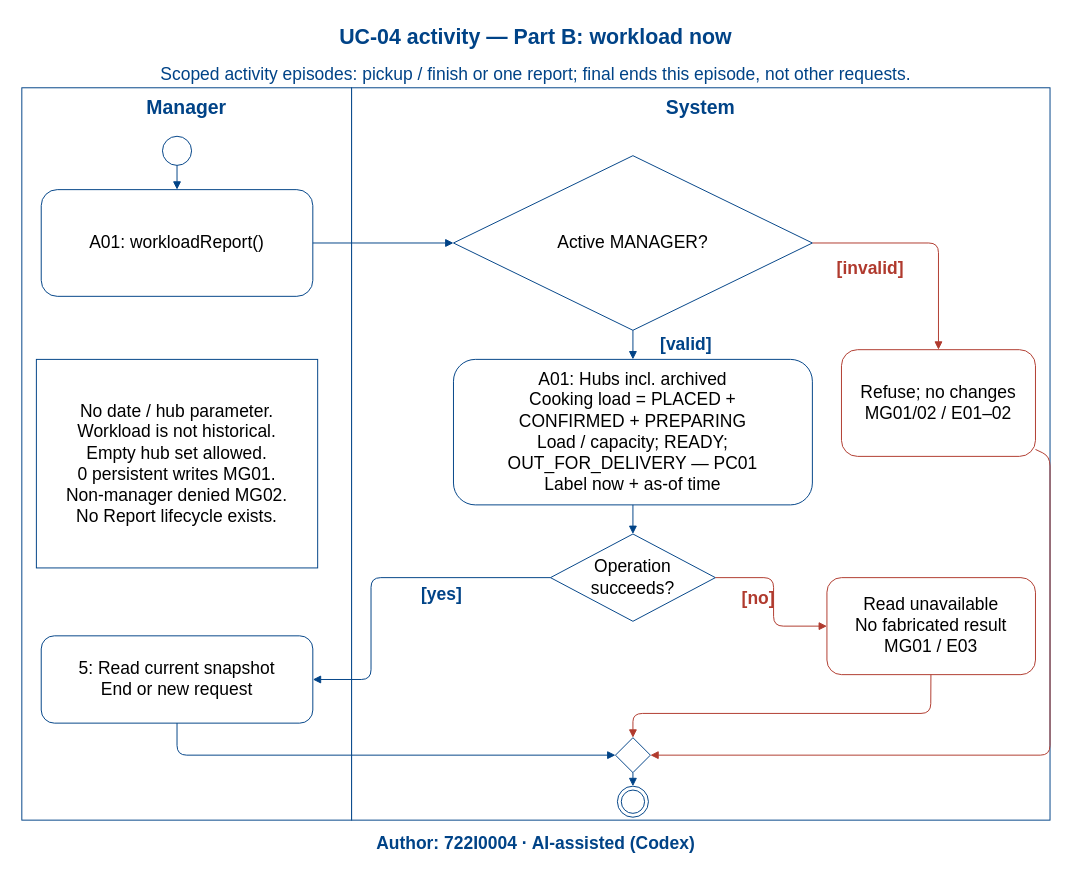
This is models/UC-04/activity_uc04_PartB.drawio from Dat071104/SaigonBite, a draw.io file, before an edit. Source tidied: cells renumbered, new cells numbered last; positions are measured from the earlier drawing's top-left corner, leaving out a move shared by most shapes. Both pictures are drawn from the tidied source at 97%, with x=0, y=0 at pixel (16, 16).
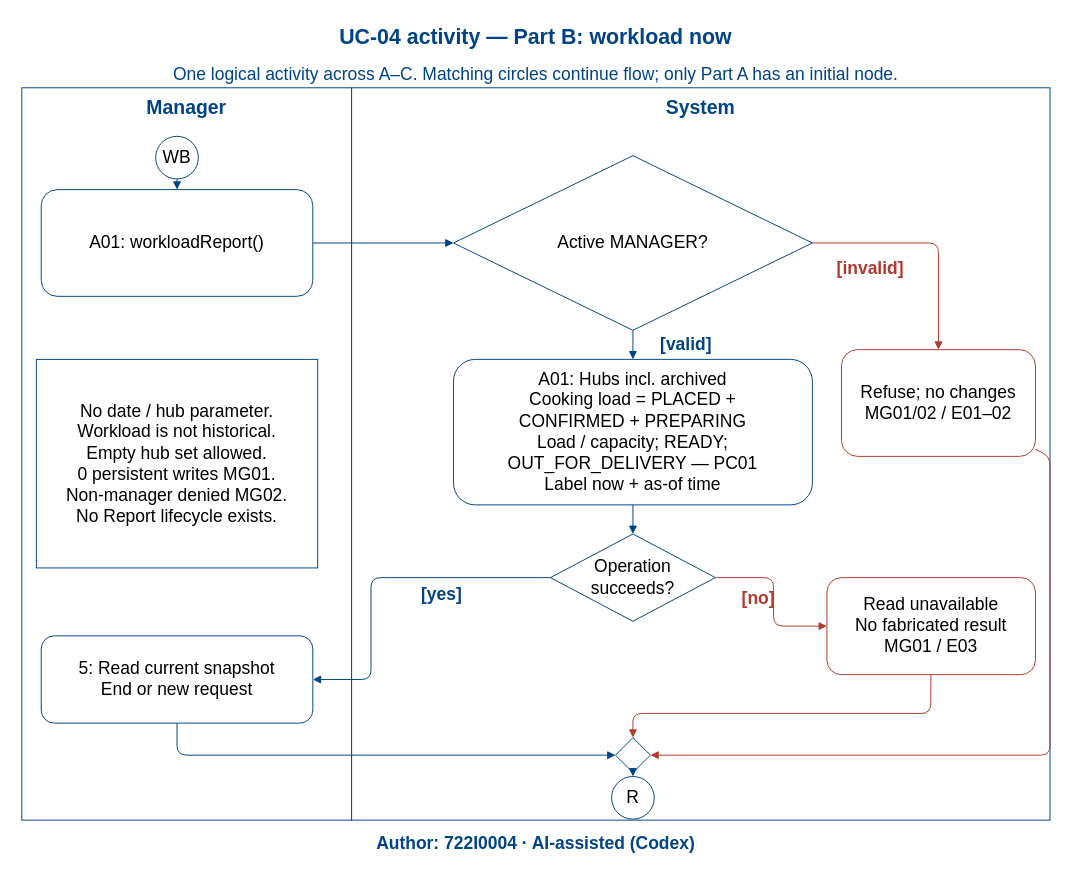
The same diagram, later.

Diff of the diagram source:
```diff
@@
-    <mxCell id="8" style="ellipse;html=0;whiteSpace=wrap;strokeColor=#004387;fillColor=white;fontSize=18;align=center;verticalAlign=middle;" parent="1" vertex="1">
-      <mxGeometry x="150" y="123" width="30" height="30" as="geometry" />
+    <mxCell id="8" value="WB" style="ellipse;html=0;whiteSpace=wrap;strokeColor=#004387;fillColor=white;fontSize=18;align=center;verticalAlign=middle;" parent="1" vertex="1">
+      <mxGeometry x="143" y="123" width="44" height="44" as="geometry" />
     </mxCell>
@@
-    <mxCell id="17" style="shape=endState;html=0;whiteSpace=wrap;strokeColor=#004387;fillColor=white;fontSize=18;align=center;verticalAlign=middle;" parent="1" vertex="1">
-      <mxGeometry x="619" y="793" width="32" height="32" as="geometry" />
+    <mxCell id="17" value="R" style="ellipse;html=0;whiteSpace=wrap;strokeColor=#004387;fillColor=white;fontSize=18;align=center;verticalAlign=middle;" parent="1" vertex="1">
+      <mxGeometry x="613" y="783" width="44" height="44" as="geometry" />
     </mxCell>
@@
-    <mxCell id="34" value="Scoped activity episodes: pickup / finish or one report; final ends this episode, not other requests." style="text;html=0;whiteSpace=wrap;fontSize=18;fontColor=#004387;fontStyle=0;align=center;verticalAlign=middle;strokeColor=none;fillColor=none;" parent="1" vertex="1">
+    <mxCell id="34" value="One logical activity across A–C. Matching circles continue flow; only Part A has an initial node." style="text;html=0;whiteSpace=wrap;fontSize=18;fontColor=#004387;fontStyle=0;align=center;verticalAlign=middle;strokeColor=none;fillColor=none;" parent="1" vertex="1">
       <mxGeometry y="46" width="1070" height="26" as="geometry" />
     </mxCell>
```
